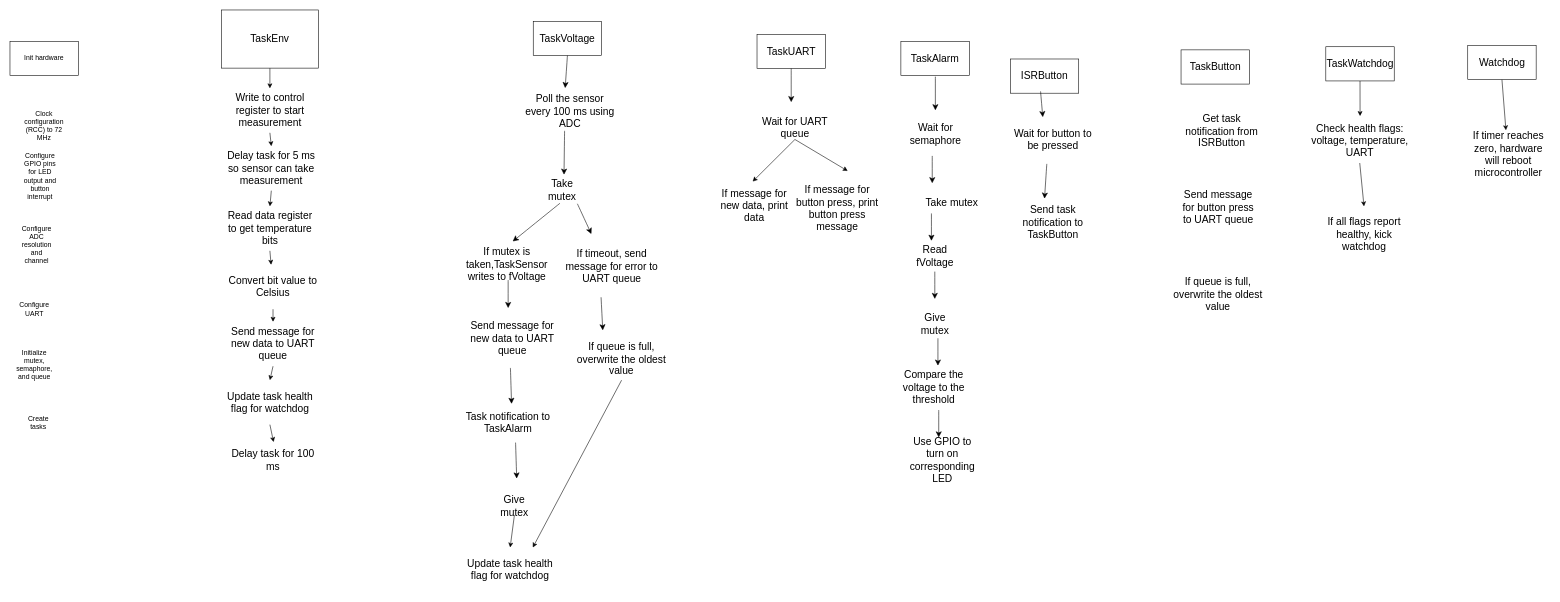
This is page "Tasks" (1 of 2) of architecture/battery-monitor-v3.drawio from erinjhu/battery-monitor, a draw.io file, before an edit. Source tidied: cells renumbered, new cells numbered last; positions are measured from the earlier drawing's top-left corner, leaving out a move shared by most shapes. Both pictures are drawn from the tidied source at 57%, with x=0, y=0 at pixel (10, 10).
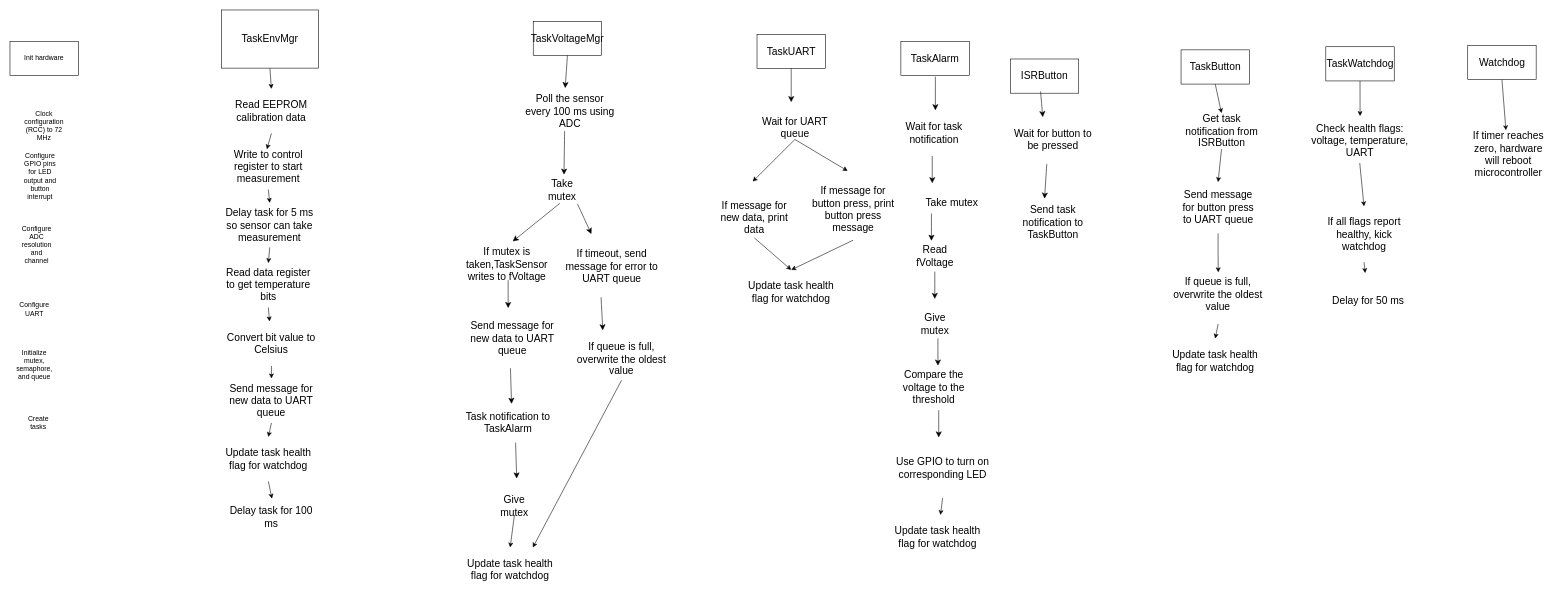
After the change.

Unchanged cells that the change refers to:
```xml
<mxCell id="35" value="&lt;font style=&quot;font-size: 18px;&quot;&gt;Send message for button press to UART queue&lt;/font&gt;" style="text;html=1;whiteSpace=wrap;strokeColor=none;fillColor=none;align=center;verticalAlign=middle;rounded=0;" parent="1" vertex="1">
  <mxGeometry x="2050.5" y="302" width="138" height="90" as="geometry" />
</mxCell>
<mxCell id="54" value="&lt;font style=&quot;font-size: 18px;&quot;&gt;If all flags report healthy, kick watchdog&lt;/font&gt;" style="text;html=1;whiteSpace=wrap;strokeColor=none;fillColor=none;align=center;verticalAlign=middle;rounded=0;" parent="1" vertex="1">
  <mxGeometry x="2303.5" y="344.5" width="144" height="98" as="geometry" />
</mxCell>
<mxCell id="65" value="&lt;font style=&quot;font-size: 18px;&quot;&gt;TaskButton&lt;/font&gt;" style="rounded=0;whiteSpace=wrap;html=1;" parent="1" vertex="1">
  <mxGeometry x="2054.5" y="70" width="120" height="60" as="geometry" />
</mxCell>
<mxCell id="66" value="&lt;font style=&quot;font-size: 18px;&quot;&gt;Get task notification from ISRButton&lt;/font&gt;" style="text;html=1;whiteSpace=wrap;strokeColor=none;fillColor=none;align=center;verticalAlign=middle;rounded=0;" parent="1" vertex="1">
  <mxGeometry x="2046.5" y="181" width="158" height="63" as="geometry" />
</mxCell>
```

Diff of the diagram source:
```diff
@@
-    <mxCell id="2" value="&lt;font style=&quot;font-size: 18px;&quot;&gt;TaskVoltage&lt;/font&gt;" style="rounded=0;whiteSpace=wrap;html=1;" parent="1" vertex="1">
+    <mxCell id="2" value="&lt;font style=&quot;font-size: 18px;&quot;&gt;TaskVoltageMgr&lt;/font&gt;" style="rounded=0;whiteSpace=wrap;html=1;" parent="1" vertex="1">
       <mxGeometry x="918" y="20" width="120" height="60" as="geometry" />
     </mxCell>
@@
-    <mxCell id="12" value="&lt;font style=&quot;font-size: 18px;&quot;&gt;Wait for semaphore&lt;/font&gt;" style="text;html=1;whiteSpace=wrap;strokeColor=none;fillColor=none;align=center;verticalAlign=middle;rounded=0;" parent="1" vertex="1">
-      <mxGeometry x="1593.5" y="203" width="60" height="30" as="geometry" />
+    <mxCell id="12" value="&lt;font style=&quot;font-size: 18px;&quot;&gt;Wait for task notification&lt;/font&gt;" style="text;html=1;whiteSpace=wrap;strokeColor=none;fillColor=none;align=center;verticalAlign=middle;rounded=0;" parent="1" vertex="1">
+      <mxGeometry x="1552.5" y="201" width="136.5" height="30" as="geometry" />
     </mxCell>
@@
+    <mxCell id="81" style="rounded=0;jettySize=auto;html=1;exitX=0.5;exitY=1;exitDx=0;exitDy=0;" parent="1" edge="1" source="16" target="91">
+      <mxGeometry relative="1" as="geometry" />
+    </mxCell>
     <mxCell id="16" value="&lt;font style=&quot;font-size: 18px;&quot;&gt;Use GPIO to turn on corresponding LED&lt;/font&gt;" style="text;html=1;whiteSpace=wrap;strokeColor=none;fillColor=none;align=center;verticalAlign=middle;rounded=0;" parent="1" vertex="1">
-      <mxGeometry x="1605.5" y="775" width="60" height="30" as="geometry" />
+      <mxGeometry x="1538" y="752" width="196.5" height="104" as="geometry" />
     </mxCell>
@@
+    <mxCell id="82" style="rounded=0;jettySize=auto;html=1;exitX=0.5;exitY=1;exitDx=0;exitDy=0;entryX=0.5;entryY=0;entryDx=0;entryDy=0;" parent="1" edge="1" source="18" target="90">
+      <mxGeometry relative="1" as="geometry" />
+    </mxCell>
     <mxCell id="18" value="&lt;font style=&quot;font-size: 18px;&quot;&gt;If message for new data, print data&lt;/font&gt;" style="text;html=1;whiteSpace=wrap;strokeColor=none;fillColor=none;align=center;verticalAlign=middle;rounded=0;" parent="1" vertex="1">
-      <mxGeometry x="1234" y="329" width="144" height="30" as="geometry" />
+      <mxGeometry x="1234" y="329" width="144" height="71" as="geometry" />
     </mxCell>
+    <mxCell id="83" style="rounded=0;jettySize=auto;html=1;exitX=0.5;exitY=1;exitDx=0;exitDy=0;entryX=0.5;entryY=0;entryDx=0;entryDy=0;" parent="1" edge="1" source="19" target="90">
+      <mxGeometry relative="1" as="geometry" />
+    </mxCell>
     <mxCell id="19" value="&lt;font style=&quot;font-size: 18px;&quot;&gt;If message for button press, print button press message&lt;/font&gt;" style="text;html=1;whiteSpace=wrap;strokeColor=none;fillColor=none;align=center;verticalAlign=middle;rounded=0;" parent="1" vertex="1">
-      <mxGeometry x="1378" y="302" width="147" height="94" as="geometry" />
+      <mxGeometry x="1405.5" y="297" width="147" height="107" as="geometry" />
     </mxCell>
@@
+    <mxCell id="84" style="edgeStyle=orthogonalEdgeStyle;rounded=0;jettySize=auto;html=1;exitX=0.5;exitY=1;exitDx=0;exitDy=0;" parent="1" edge="1" source="35">
+      <mxGeometry relative="1" as="geometry">
+        <mxPoint x="2119.8" y="460.2" as="targetPoint" />
+      </mxGeometry>
+    </mxCell>
@@
+    <mxCell id="85" style="edgeStyle=none;rounded=0;jettySize=auto;html=1;exitX=0.5;exitY=1;exitDx=0;exitDy=0;entryX=0.5;entryY=0;entryDx=0;entryDy=0;" parent="1" edge="1" source="46" target="92">
+      <mxGeometry relative="1" as="geometry" />
+    </mxCell>
     <mxCell id="46" value="&lt;font style=&quot;font-size: 18px;&quot;&gt;If queue is full, overwrite the oldest value&lt;/font&gt;" style="text;html=1;whiteSpace=wrap;strokeColor=none;fillColor=none;align=center;verticalAlign=middle;rounded=0;" parent="1" vertex="1">
-      <mxGeometry x="2038" y="484" width="163" height="30" as="geometry" />
+      <mxGeometry x="2038" y="447" width="163" height="104" as="geometry" />
     </mxCell>
@@
+    <mxCell id="86" style="edgeStyle=none;rounded=0;jettySize=auto;html=1;exitX=0.5;exitY=1;exitDx=0;exitDy=0;" parent="1" edge="1" source="54" target="93">
+      <mxGeometry relative="1" as="geometry" />
+    </mxCell>
@@
-    <mxCell id="61" style="edgeStyle=none;rounded=0;jettySize=auto;html=1;exitX=0.5;exitY=1;exitDx=0;exitDy=0;" parent="1" edge="1" source="62" target="64">
-      <mxGeometry relative="1" as="geometry" />
-    </mxCell>
+    <mxCell id="87" style="edgeStyle=none;rounded=0;jettySize=auto;html=1;exitX=0.5;exitY=1;exitDx=0;exitDy=0;entryX=0.5;entryY=0;entryDx=0;entryDy=0;" parent="1" edge="1" source="62" target="94">
+      <mxGeometry relative="1" as="geometry" />
+    </mxCell>
-    <mxCell id="62" value="&lt;font style=&quot;font-size: 18px;&quot;&gt;TaskEnv&lt;/font&gt;" style="rounded=0;whiteSpace=wrap;html=1;" parent="1" vertex="1">
+    <mxCell id="62" value="&lt;font style=&quot;font-size: 18px;&quot;&gt;TaskEnvMgr&lt;/font&gt;" style="rounded=0;whiteSpace=wrap;html=1;" parent="1" vertex="1">
       <mxGeometry x="371" width="170" height="102" as="geometry" />
     </mxCell>
@@
     <mxCell id="64" value="&lt;font style=&quot;font-size: 18px;&quot;&gt;Write to control register to start measurement&lt;/font&gt;" style="text;html=1;whiteSpace=wrap;strokeColor=none;fillColor=none;align=center;verticalAlign=middle;rounded=0;" parent="1" vertex="1">
-      <mxGeometry x="376.5" y="137.5" width="159" height="78" as="geometry" />
+      <mxGeometry x="373.8" y="237" width="159" height="78" as="geometry" />
     </mxCell>
+    <mxCell id="88" style="rounded=0;jettySize=auto;html=1;exitX=0.5;exitY=1;exitDx=0;exitDy=0;entryX=0.5;entryY=0;entryDx=0;entryDy=0;" parent="1" edge="1" source="65" target="66">
+      <mxGeometry relative="1" as="geometry" />
+    </mxCell>
@@
+    <mxCell id="89" style="rounded=0;jettySize=auto;html=1;exitX=0.5;exitY=1;exitDx=0;exitDy=0;entryX=0.5;entryY=0;entryDx=0;entryDy=0;" parent="1" edge="1" source="66" target="35">
+      <mxGeometry relative="1" as="geometry" />
+    </mxCell>
@@
     <mxCell id="70" value="&lt;font style=&quot;font-size: 18px;&quot;&gt;Delay task for 5 ms so sensor can take measurement&lt;/font&gt;" style="text;html=1;whiteSpace=wrap;strokeColor=none;fillColor=none;align=center;verticalAlign=middle;rounded=0;" parent="1" vertex="1">
-      <mxGeometry x="379" y="239" width="159" height="78" as="geometry" />
+      <mxGeometry x="376.2" y="338.5" width="159" height="78" as="geometry" />
     </mxCell>
@@
     <mxCell id="72" value="&lt;font style=&quot;font-size: 18px;&quot;&gt;Read data register to get temperature bits&lt;/font&gt;" style="text;html=1;whiteSpace=wrap;strokeColor=none;fillColor=none;align=center;verticalAlign=middle;rounded=0;" parent="1" vertex="1">
-      <mxGeometry x="376.5" y="344.5" width="159" height="78" as="geometry" />
+      <mxGeometry x="373.8" y="444" width="159" height="78" as="geometry" />
     </mxCell>
@@
     <mxCell id="74" value="&lt;font style=&quot;font-size: 18px;&quot;&gt;Convert bit value to Celsius&lt;/font&gt;" style="text;html=1;whiteSpace=wrap;strokeColor=none;fillColor=none;align=center;verticalAlign=middle;rounded=0;" parent="1" vertex="1">
-      <mxGeometry x="382" y="447" width="159" height="78" as="geometry" />
+      <mxGeometry x="379.2" y="546.5" width="159" height="78" as="geometry" />
     </mxCell>
@@
     <mxCell id="76" value="&lt;font style=&quot;font-size: 18px;&quot;&gt;Send message for new data to UART queue&lt;/font&gt;" style="text;html=1;whiteSpace=wrap;strokeColor=none;fillColor=none;align=center;verticalAlign=middle;rounded=0;" parent="1" vertex="1">
-      <mxGeometry x="382" y="547" width="159" height="78" as="geometry" />
+      <mxGeometry x="379.2" y="646.5" width="159" height="78" as="geometry" />
     </mxCell>
     <mxCell id="77" value="&lt;font style=&quot;font-size: 18px;&quot;&gt;Update task health flag for watchdog&lt;/font&gt;" style="text;html=1;whiteSpace=wrap;strokeColor=none;fillColor=none;align=center;verticalAlign=middle;rounded=0;" parent="1" vertex="1">
-      <mxGeometry x="376.5" y="649.5" width="159" height="78" as="geometry" />
+      <mxGeometry x="373.8" y="749" width="159" height="78" as="geometry" />
     </mxCell>
     <mxCell id="78" value="&lt;font style=&quot;font-size: 18px;&quot;&gt;Delay task for 100 ms&lt;/font&gt;" style="text;html=1;whiteSpace=wrap;strokeColor=none;fillColor=none;align=center;verticalAlign=middle;rounded=0;" parent="1" vertex="1">
-      <mxGeometry x="382" y="751" width="159" height="78" as="geometry" />
+      <mxGeometry x="379.2" y="850.5" width="159" height="78" as="geometry" />
     </mxCell>
@@
+    <mxCell id="90" value="&lt;font style=&quot;font-size: 18px;&quot;&gt;Update task health flag for watchdog&lt;/font&gt;" style="text;html=1;whiteSpace=wrap;strokeColor=none;fillColor=none;align=center;verticalAlign=middle;rounded=0;" parent="1" vertex="1">
+      <mxGeometry x="1291.1" y="456" width="159" height="78" as="geometry" />
+    </mxCell>
+    <mxCell id="91" value="&lt;font style=&quot;font-size: 18px;&quot;&gt;Update task health flag for watchdog&lt;/font&gt;" style="text;html=1;whiteSpace=wrap;strokeColor=none;fillColor=none;align=center;verticalAlign=middle;rounded=0;" parent="1" vertex="1">
+      <mxGeometry x="1548" y="886" width="159" height="78" as="geometry" />
+    </mxCell>
+    <mxCell id="92" value="&lt;font style=&quot;font-size: 18px;&quot;&gt;Update task health flag for watchdog&lt;/font&gt;" style="text;html=1;whiteSpace=wrap;strokeColor=none;fillColor=none;align=center;verticalAlign=middle;rounded=0;" parent="1" vertex="1">
+      <mxGeometry x="2035" y="576.5" width="159" height="78" as="geometry" />
+    </mxCell>
+    <mxCell id="93" value="&lt;font style=&quot;font-size: 18px;&quot;&gt;Delay for 50 ms&lt;/font&gt;" style="text;html=1;whiteSpace=wrap;strokeColor=none;fillColor=none;align=center;verticalAlign=middle;rounded=0;" parent="1" vertex="1">
+      <mxGeometry x="2311" y="461.5" width="144" height="98" as="geometry" />
+    </mxCell>
+    <mxCell id="94" value="&lt;font style=&quot;font-size: 18px;&quot;&gt;Read EEPROM calibration data&lt;/font&gt;" style="text;html=1;whiteSpace=wrap;strokeColor=none;fillColor=none;align=center;verticalAlign=middle;rounded=0;" parent="1" vertex="1">
+      <mxGeometry x="379.2" y="138.5" width="159" height="78" as="geometry" />
+    </mxCell>
+    <mxCell id="95" style="edgeStyle=none;rounded=0;jettySize=auto;html=1;exitX=0.5;exitY=1;exitDx=0;exitDy=0;entryX=0.484;entryY=0.094;entryDx=0;entryDy=0;entryPerimeter=0;" parent="1" edge="1" source="94" target="64">
+      <mxGeometry relative="1" as="geometry" />
+    </mxCell>
```
